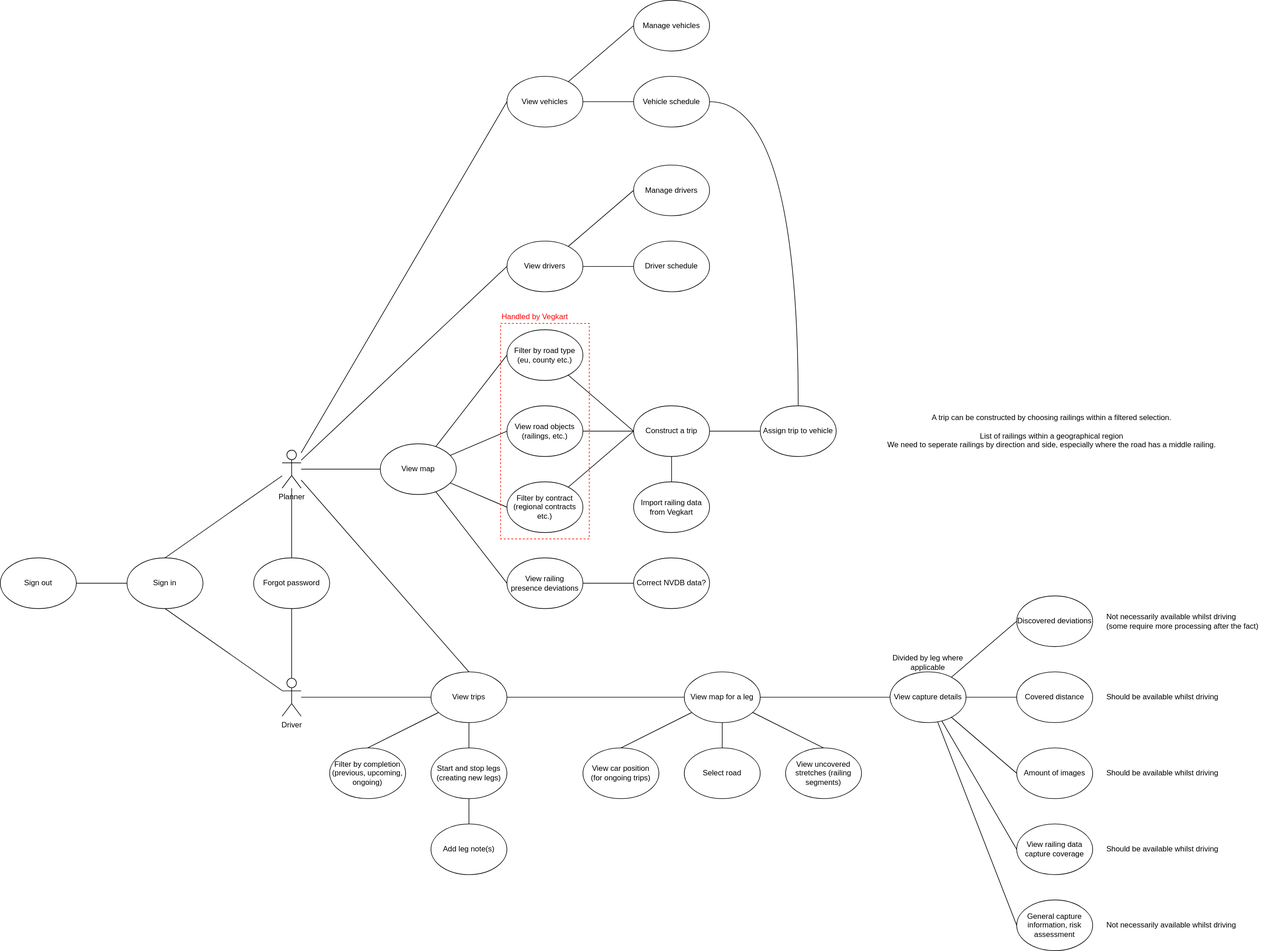
The draw.io diagram docs/diagrams/use-cases.drawio.svg in triosnok/isi-planning-tool, before a commit. Source tidied: cells renumbered, new cells last; positions are measured from the earlier drawing's top-left corner, leaving out a move shared by most shapes.
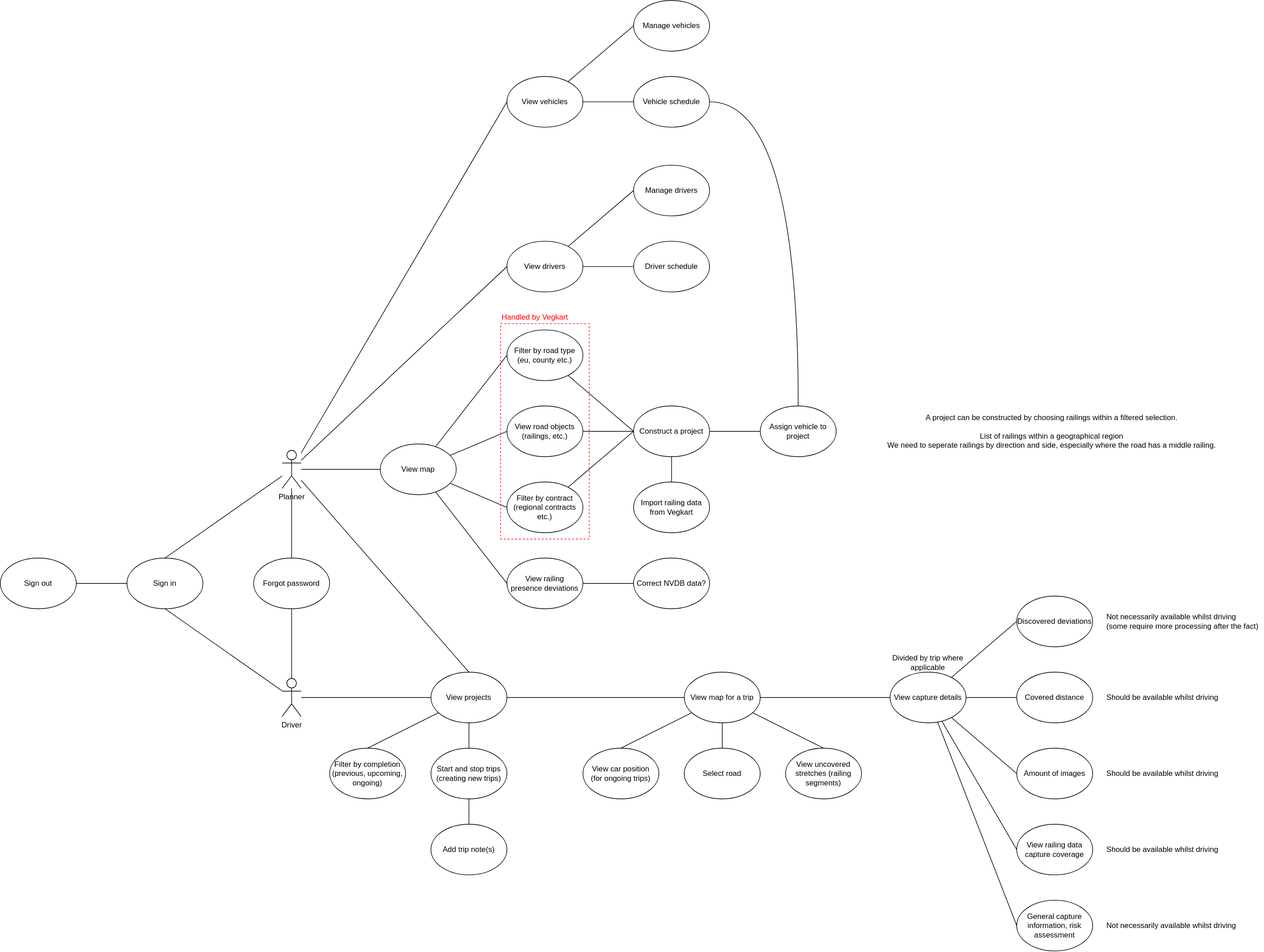
After the change.

Commit message:
docs: update terminology in use case diagram

The edit, as a diff of the source:
```diff
@@ -98,7 +98,7 @@
     <mxCell id="33" style="edgeStyle=none;html=1;fontColor=#F0F0F0;endArrow=none;endFill=0;" parent="1" edge="1" source="34" target="82">
       <mxGeometry relative="1" as="geometry" />
     </mxCell>
-    <mxCell id="34" value="View map for a leg" style="ellipse;whiteSpace=wrap;html=1;" parent="1" vertex="1">
+    <mxCell id="34" value="View map for a trip" style="ellipse;whiteSpace=wrap;html=1;" parent="1" vertex="1">
       <mxGeometry x="1080" y="1060" width="120" height="80" as="geometry" />
     </mxCell>
     <mxCell id="35" style="edgeStyle=none;html=1;endArrow=none;endFill=0;entryX=0;entryY=0.5;entryDx=0;entryDy=0;" parent="1" edge="1" source="40" target="42">
@@ -138,22 +138,22 @@
     <mxCell id="45" style="edgeStyle=none;html=1;entryX=0.5;entryY=0;entryDx=0;entryDy=0;fontColor=#FF0000;endArrow=none;endFill=0;" parent="1" edge="1" source="46" target="76">
       <mxGeometry relative="1" as="geometry" />
     </mxCell>
-    <mxCell id="46" value="Construct a trip" style="ellipse;whiteSpace=wrap;html=1;" parent="1" vertex="1">
+    <mxCell id="46" value="Construct a project" style="ellipse;whiteSpace=wrap;html=1;" parent="1" vertex="1">
       <mxGeometry x="1000" y="640" width="120" height="80" as="geometry" />
     </mxCell>
-    <mxCell id="47" value="Assign trip to vehicle" style="ellipse;whiteSpace=wrap;html=1;" parent="1" vertex="1">
+    <mxCell id="47" value="Assign vehicle to project" style="ellipse;whiteSpace=wrap;html=1;" parent="1" vertex="1">
       <mxGeometry x="1200" y="640" width="120" height="80" as="geometry" />
     </mxCell>
     <mxCell id="48" value="Forgot password" style="ellipse;whiteSpace=wrap;html=1;" parent="1" vertex="1">
       <mxGeometry x="400" y="880" width="120" height="80" as="geometry" />
     </mxCell>
-    <mxCell id="49" value="A trip can be constructed by choosing railings within a filtered selection.&lt;br&gt;&lt;br&gt;List of railings within a geographical region&lt;br&gt;We need to seperate railings by direction and side, especially where the road has a middle railing." style="text;html=1;align=center;verticalAlign=middle;strokeColor=none;fillColor=none;" parent="1" vertex="1">
+    <mxCell id="49" value="A project can be constructed by choosing railings within a filtered selection.&lt;br&gt;&lt;br&gt;List of railings within a geographical region&lt;br&gt;We need to seperate railings by direction and side, especially where the road has a middle railing." style="text;html=1;align=center;verticalAlign=middle;strokeColor=none;fillColor=none;" parent="1" vertex="1">
       <mxGeometry x="1390" y="645" width="540" height="70" as="geometry" />
     </mxCell>
     <mxCell id="50" value="Covered distance" style="ellipse;whiteSpace=wrap;html=1;" parent="1" vertex="1">
       <mxGeometry x="1605" y="1060" width="120" height="80" as="geometry" />
     </mxCell>
-    <mxCell id="51" value="Divided by leg where applicable" style="text;html=1;strokeColor=none;fillColor=none;align=center;verticalAlign=middle;whiteSpace=wrap;rounded=0;" parent="1" vertex="1">
+    <mxCell id="51" value="Divided by trip where applicable" style="text;html=1;strokeColor=none;fillColor=none;align=center;verticalAlign=middle;whiteSpace=wrap;rounded=0;" parent="1" vertex="1">
       <mxGeometry x="1400" y="1030" width="130" height="30" as="geometry" />
     </mxCell>
     <mxCell id="52" value="Discovered deviations" style="ellipse;whiteSpace=wrap;html=1;" parent="1" vertex="1">
@@ -201,19 +201,19 @@
     <mxCell id="66" style="edgeStyle=none;html=1;entryX=0.5;entryY=0;entryDx=0;entryDy=0;endArrow=none;endFill=0;elbow=vertical;" parent="1" edge="1" source="67" target="71">
       <mxGeometry relative="1" as="geometry" />
     </mxCell>
-    <mxCell id="67" value="View trips" style="ellipse;whiteSpace=wrap;html=1;" parent="1" vertex="1">
+    <mxCell id="67" value="View projects" style="ellipse;whiteSpace=wrap;html=1;" parent="1" vertex="1">
       <mxGeometry x="680" y="1060" width="120" height="80" as="geometry" />
     </mxCell>
     <mxCell id="68" value="Filter by completion&lt;br&gt;(previous, upcoming, ongoing)" style="ellipse;whiteSpace=wrap;html=1;" parent="1" vertex="1">
       <mxGeometry x="520" y="1180" width="120" height="80" as="geometry" />
     </mxCell>
-    <mxCell id="69" value="Add leg note(s)" style="ellipse;whiteSpace=wrap;html=1;" parent="1" vertex="1">
+    <mxCell id="69" value="Add trip note(s)" style="ellipse;whiteSpace=wrap;html=1;" parent="1" vertex="1">
       <mxGeometry x="680" y="1300" width="120" height="80" as="geometry" />
     </mxCell>
     <mxCell id="70" style="edgeStyle=none;html=1;entryX=0.5;entryY=0;entryDx=0;entryDy=0;endArrow=none;endFill=0;elbow=vertical;" parent="1" edge="1" source="71" target="69">
       <mxGeometry relative="1" as="geometry" />
     </mxCell>
-    <mxCell id="71" value="Start and stop legs&lt;br&gt;(creating new legs)" style="ellipse;whiteSpace=wrap;html=1;" parent="1" vertex="1">
+    <mxCell id="71" value="Start and stop trips&lt;br&gt;(creating new trips)" style="ellipse;whiteSpace=wrap;html=1;" parent="1" vertex="1">
       <mxGeometry x="680" y="1180" width="120" height="80" as="geometry" />
     </mxCell>
     <mxCell id="72" value="General capture information, risk assessment" style="ellipse;whiteSpace=wrap;html=1;" parent="1" vertex="1">
```
